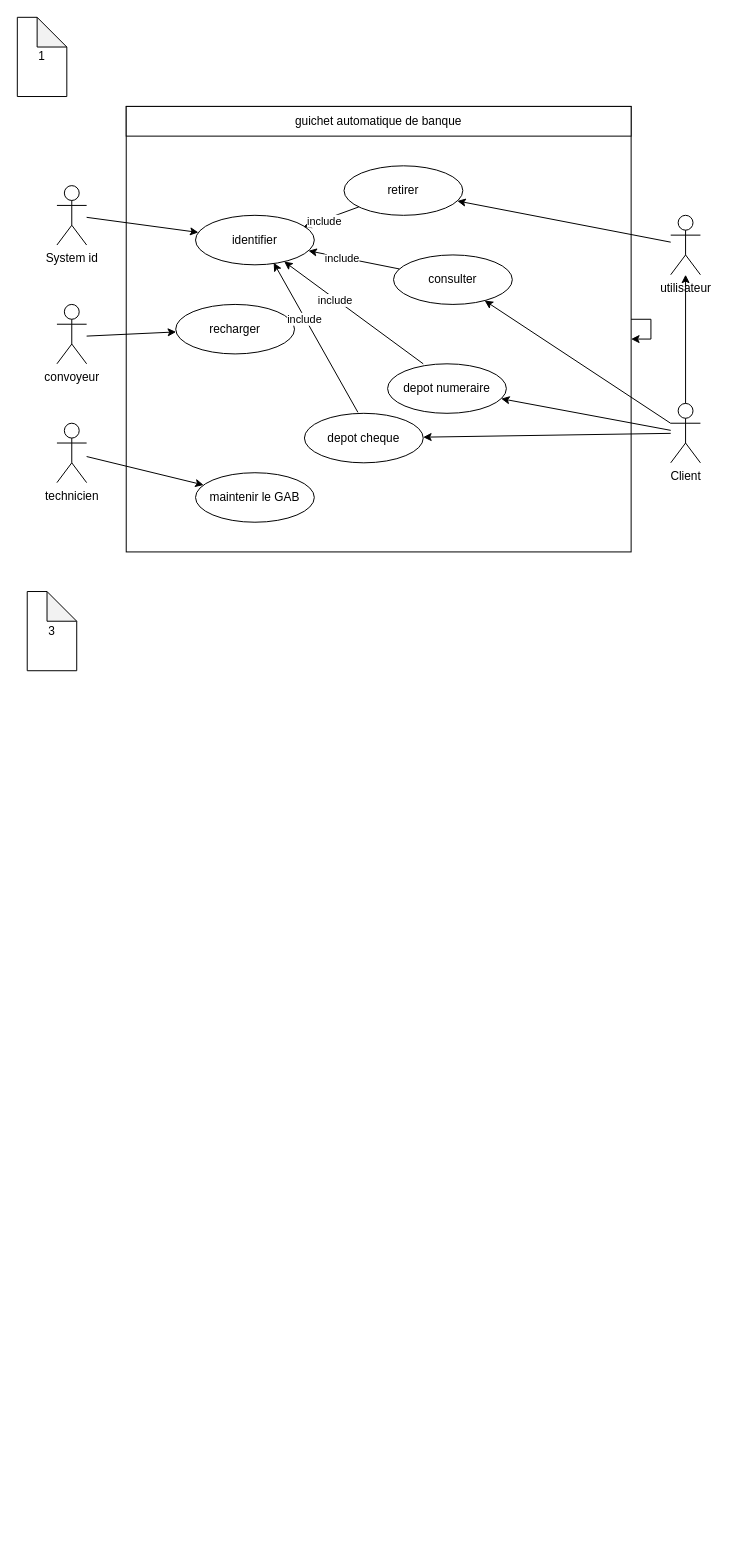
mathieudoucencn/TD-GELOG keeps this draw.io diagram as TD1.drawio. Above is the earlier version. Source tidied: cells renumbered, new cells numbered last; positions are measured from the earlier drawing's top-left corner, leaving out a move shared by most shapes. Both pictures are drawn from the tidied source at 99%, with x=0, y=0 at pixel (17, 17).
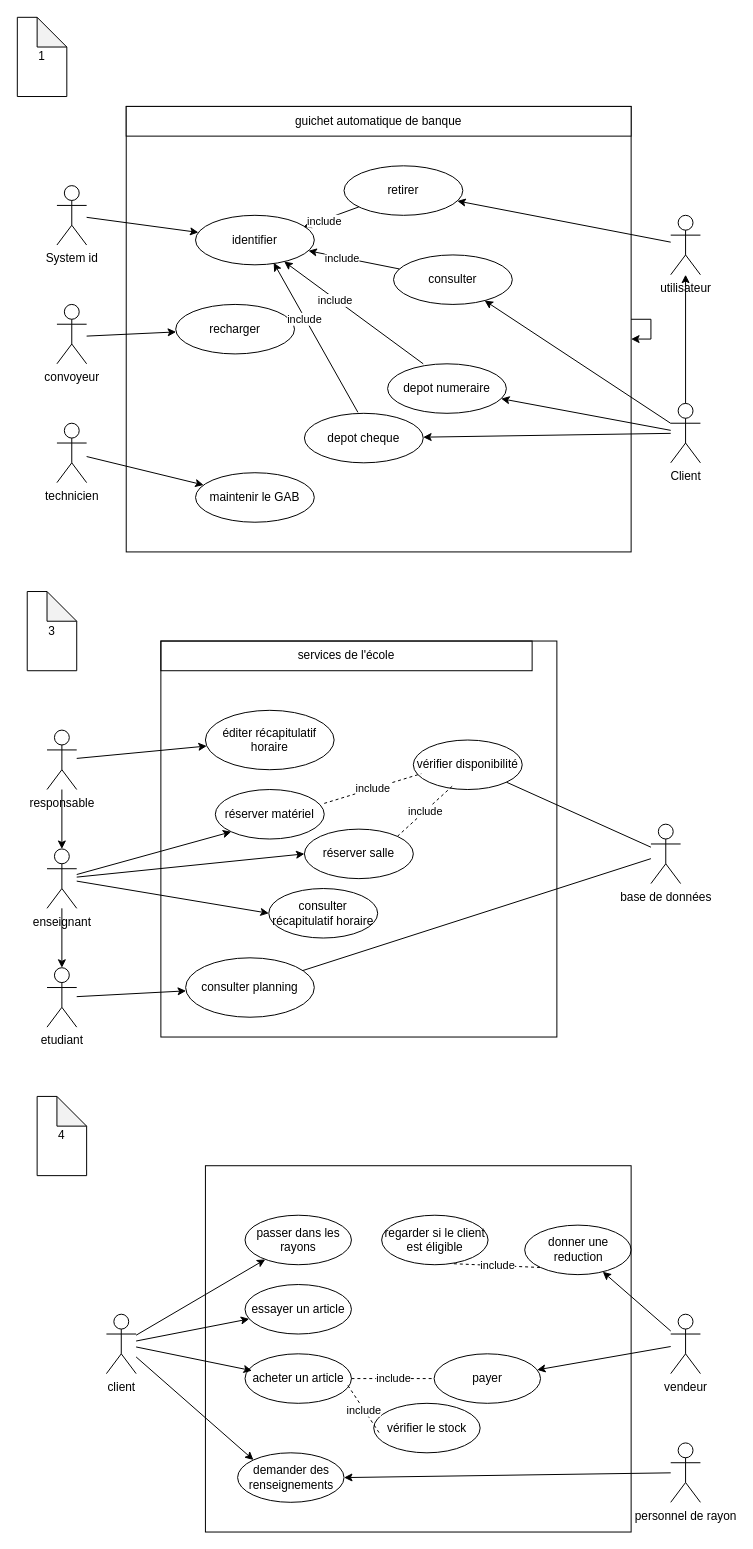
Above is the later version.

Commit message (it also covers changes not shown here):
Mettre à jour TD1.drawio

Diff of the diagram source:
```diff
@@
+    <mxCell id="35" value="responsable" style="shape=umlActor;verticalLabelPosition=bottom;verticalAlign=top;html=1;outlineConnect=0;" parent="1" vertex="1">
+      <mxGeometry x="30" y="720" width="30" height="60" as="geometry" />
+    </mxCell>
+    <mxCell id="36" value="enseignant" style="shape=umlActor;verticalLabelPosition=bottom;verticalAlign=top;html=1;outlineConnect=0;" parent="1" vertex="1">
+      <mxGeometry x="30" y="840" width="30" height="60" as="geometry" />
+    </mxCell>
+    <mxCell id="37" value="&lt;div&gt;etudiant&lt;/div&gt;" style="shape=umlActor;verticalLabelPosition=bottom;verticalAlign=top;html=1;outlineConnect=0;" parent="1" vertex="1">
+      <mxGeometry x="30" y="960" width="30" height="60" as="geometry" />
+    </mxCell>
+    <mxCell id="38" style="endArrow=classic;html=1;rounded=0;" parent="1" edge="1" source="35" target="36">
+      <mxGeometry relative="1" as="geometry" />
+    </mxCell>
+    <mxCell id="39" style="endArrow=classic;html=1;rounded=0;entryX=0.5;entryY=0;entryDx=0;entryDy=0;entryPerimeter=0;" parent="1" edge="1" source="36" target="37">
+      <mxGeometry relative="1" as="geometry">
+        <Array as="points">
+          <mxPoint x="45" y="930" />
+        </Array>
+      </mxGeometry>
+    </mxCell>
+    <mxCell id="40" value="consulter planning" style="ellipse;whiteSpace=wrap;html=1;" parent="1" vertex="1">
+      <mxGeometry x="170" y="950" width="130" height="60" as="geometry" />
+    </mxCell>
+    <mxCell id="41" value="consulter récapitulatif horaire" style="ellipse;whiteSpace=wrap;html=1;" parent="1" vertex="1">
+      <mxGeometry x="254" y="880" width="110" height="50" as="geometry" />
+    </mxCell>
+    <mxCell id="42" value="éditer récapitulatif horaire" style="ellipse;whiteSpace=wrap;html=1;" parent="1" vertex="1">
+      <mxGeometry x="190" y="700" width="130" height="60" as="geometry" />
+    </mxCell>
+    <mxCell id="43" value="réserver salle" style="ellipse;whiteSpace=wrap;html=1;" parent="1" vertex="1">
+      <mxGeometry x="290" y="820" width="110" height="50" as="geometry" />
+    </mxCell>
+    <mxCell id="44" value="réserver matériel" style="ellipse;whiteSpace=wrap;html=1;" parent="1" vertex="1">
+      <mxGeometry x="200" y="780" width="110" height="50" as="geometry" />
+    </mxCell>
+    <mxCell id="45" value="vérifier disponibilité" style="ellipse;whiteSpace=wrap;html=1;" parent="1" vertex="1">
+      <mxGeometry x="400" y="730" width="110" height="50" as="geometry" />
+    </mxCell>
+    <mxCell id="46" value="&lt;div&gt;base de données&lt;/div&gt;&lt;div&gt;&lt;br&gt;&lt;/div&gt;" style="shape=umlActor;verticalLabelPosition=bottom;verticalAlign=top;html=1;outlineConnect=0;" parent="1" vertex="1">
+      <mxGeometry x="640" y="815" width="30" height="60" as="geometry" />
+    </mxCell>
+    <mxCell id="47" style="endArrow=classic;html=1;rounded=0;entryX=0;entryY=1;entryDx=0;entryDy=0;" parent="1" edge="1" source="36" target="44">
+      <mxGeometry relative="1" as="geometry" />
+    </mxCell>
+    <mxCell id="48" style="endArrow=classic;html=1;rounded=0;entryX=0;entryY=0.5;entryDx=0;entryDy=0;" parent="1" edge="1" source="36" target="43">
+      <mxGeometry relative="1" as="geometry" />
+    </mxCell>
+    <mxCell id="49" style="endArrow=classic;html=1;rounded=0;" parent="1" edge="1" source="35" target="42">
+      <mxGeometry relative="1" as="geometry" />
+    </mxCell>
+    <mxCell id="50" style="endArrow=classic;html=1;rounded=0;entryX=0;entryY=0.5;entryDx=0;entryDy=0;" parent="1" edge="1" source="36" target="41">
+      <mxGeometry relative="1" as="geometry" />
+    </mxCell>
+    <mxCell id="51" value="include" style="endArrow=none;dashed=1;html=1;rounded=0;entryX=0.364;entryY=0.92;entryDx=0;entryDy=0;entryPerimeter=0;exitX=1;exitY=0;exitDx=0;exitDy=0;" parent="1" edge="1" source="43" target="45">
+      <mxGeometry relative="1" as="geometry" />
+    </mxCell>
+    <mxCell id="52" value="include" style="endArrow=none;dashed=1;html=1;rounded=0;entryX=0.073;entryY=0.68;entryDx=0;entryDy=0;entryPerimeter=0;exitX=1;exitY=0.28;exitDx=0;exitDy=0;exitPerimeter=0;" parent="1" edge="1" source="44" target="45">
+      <mxGeometry relative="1" as="geometry" />
+    </mxCell>
+    <mxCell id="53" style="endArrow=classic;html=1;rounded=0;" parent="1" edge="1" source="37" target="40">
+      <mxGeometry relative="1" as="geometry" />
+    </mxCell>
+    <mxCell id="54" style="endArrow=none;html=1;rounded=0;" parent="1" edge="1" source="46" target="45">
+      <mxGeometry relative="1" as="geometry" />
+    </mxCell>
+    <mxCell id="55" style="endArrow=none;html=1;rounded=0;" parent="1" edge="1" source="46" target="40">
+      <mxGeometry relative="1" as="geometry" />
+    </mxCell>
+    <mxCell id="56" style="whiteSpace=wrap;html=1;fillColor=none;" parent="1" vertex="1">
+      <mxGeometry x="145" y="630" width="400" height="400" as="geometry" />
+    </mxCell>
+    <mxCell id="57" value="services de l'école" style="rounded=0;whiteSpace=wrap;html=1;fillColor=none;" parent="1" vertex="1">
+      <mxGeometry x="145" y="630" width="375" height="30" as="geometry" />
+    </mxCell>
+    <mxCell id="58" value="4" style="shape=note;whiteSpace=wrap;html=1;backgroundOutline=1;darkOpacity=0.05;" parent="1" vertex="1">
+      <mxGeometry x="20" y="1090" width="50" height="80" as="geometry" />
+    </mxCell>
+    <mxCell id="59" value="client" style="shape=umlActor;verticalLabelPosition=bottom;verticalAlign=top;html=1;outlineConnect=0;" parent="1" vertex="1">
+      <mxGeometry x="90" y="1310" width="30" height="60" as="geometry" />
+    </mxCell>
+    <mxCell id="60" value="vendeur" style="shape=umlActor;verticalLabelPosition=bottom;verticalAlign=top;html=1;outlineConnect=0;" parent="1" vertex="1">
+      <mxGeometry x="660" y="1310" width="30" height="60" as="geometry" />
+    </mxCell>
+    <mxCell id="61" value="passer dans les rayons" style="ellipse;whiteSpace=wrap;html=1;" parent="1" vertex="1">
+      <mxGeometry x="230" y="1210" width="107.5" height="50" as="geometry" />
+    </mxCell>
+    <mxCell id="62" value="essayer un article" style="ellipse;whiteSpace=wrap;html=1;" parent="1" vertex="1">
+      <mxGeometry x="230" y="1280" width="107.5" height="50" as="geometry" />
+    </mxCell>
+    <mxCell id="63" value="&lt;div&gt;acheter un article&lt;/div&gt;" style="ellipse;whiteSpace=wrap;html=1;" parent="1" vertex="1">
+      <mxGeometry x="230" y="1350" width="107.5" height="50" as="geometry" />
+    </mxCell>
+    <mxCell id="64" value="payer" style="ellipse;whiteSpace=wrap;html=1;" parent="1" vertex="1">
+      <mxGeometry x="421" y="1350" width="107.5" height="50" as="geometry" />
+    </mxCell>
+    <mxCell id="65" value="demander des renseignements" style="ellipse;whiteSpace=wrap;html=1;" parent="1" vertex="1">
+      <mxGeometry x="222.5" y="1450" width="107.5" height="50" as="geometry" />
+    </mxCell>
+    <mxCell id="66" value="donner une reduction" style="ellipse;whiteSpace=wrap;html=1;" parent="1" vertex="1">
+      <mxGeometry x="512.5" y="1220" width="107.5" height="50" as="geometry" />
+    </mxCell>
+    <mxCell id="67" value="regarder si le client est éligible" style="ellipse;whiteSpace=wrap;html=1;" parent="1" vertex="1">
+      <mxGeometry x="368" y="1210" width="107.5" height="50" as="geometry" />
+    </mxCell>
+    <mxCell id="68" style="endArrow=classic;html=1;rounded=0;" parent="1" edge="1" source="59" target="61">
+      <mxGeometry relative="1" as="geometry" />
+    </mxCell>
+    <mxCell id="69" style="endArrow=classic;html=1;rounded=0;" parent="1" edge="1" source="59" target="62">
+      <mxGeometry relative="1" as="geometry" />
+    </mxCell>
+    <mxCell id="70" style="endArrow=classic;html=1;rounded=0;entryX=0.065;entryY=0.34;entryDx=0;entryDy=0;entryPerimeter=0;" parent="1" edge="1" source="59" target="63">
+      <mxGeometry relative="1" as="geometry" />
+    </mxCell>
+    <mxCell id="71" style="endArrow=classic;html=1;rounded=0;entryX=0;entryY=0;entryDx=0;entryDy=0;" parent="1" edge="1" source="59" target="65">
+      <mxGeometry relative="1" as="geometry" />
+    </mxCell>
+    <mxCell id="72" style="endArrow=classic;html=1;rounded=0;" parent="1" edge="1" source="60" target="66">
+      <mxGeometry relative="1" as="geometry" />
+    </mxCell>
+    <mxCell id="73" style="endArrow=classic;html=1;rounded=0;" parent="1" edge="1" source="60" target="64">
+      <mxGeometry relative="1" as="geometry" />
+    </mxCell>
+    <mxCell id="74" value="personnel de rayon" style="shape=umlActor;verticalLabelPosition=bottom;verticalAlign=top;html=1;outlineConnect=0;" parent="1" vertex="1">
+      <mxGeometry x="660" y="1440" width="30" height="60" as="geometry" />
+    </mxCell>
+    <mxCell id="75" style="endArrow=classic;html=1;rounded=0;entryX=1;entryY=0.5;entryDx=0;entryDy=0;" parent="1" edge="1" source="74" target="65">
+      <mxGeometry relative="1" as="geometry" />
+    </mxCell>
+    <mxCell id="76" value="include" style="endArrow=none;dashed=1;html=1;rounded=0;exitX=1;exitY=0.5;exitDx=0;exitDy=0;" parent="1" edge="1" source="63" target="64">
+      <mxGeometry relative="1" as="geometry" />
+    </mxCell>
+    <mxCell id="77" value="include" style="endArrow=none;dashed=1;html=1;rounded=0;entryX=0;entryY=1;entryDx=0;entryDy=0;exitX=0.679;exitY=0.98;exitDx=0;exitDy=0;exitPerimeter=0;" parent="1" edge="1" source="67" target="66">
+      <mxGeometry relative="1" as="geometry" />
+    </mxCell>
+    <mxCell id="78" style="rounded=0;whiteSpace=wrap;html=1;fillColor=none;" parent="1" vertex="1">
+      <mxGeometry x="190" y="1160" width="430" height="370" as="geometry" />
+    </mxCell>
+    <mxCell id="79" style="edgeStyle=orthogonalEdgeStyle;rounded=0;jettySize=auto;html=1;strokeColor=none;" parent="1" edge="1" source="81" target="65">
+      <mxGeometry relative="1" as="geometry" />
+    </mxCell>
+    <mxCell id="80" style="edgeStyle=orthogonalEdgeStyle;rounded=0;jettySize=auto;html=1;strokeColor=none;" parent="1" edge="1" source="81" target="65">
+      <mxGeometry relative="1" as="geometry" />
+    </mxCell>
+    <mxCell id="81" value="vérifier le stock" style="ellipse;whiteSpace=wrap;html=1;" parent="1" vertex="1">
+      <mxGeometry x="360" y="1400" width="107.5" height="50" as="geometry" />
+    </mxCell>
+    <mxCell id="82" value="include" style="endArrow=none;dashed=1;html=1;rounded=0;exitX=0.967;exitY=0.64;exitDx=0;exitDy=0;exitPerimeter=0;entryX=0.065;entryY=0.64;entryDx=0;entryDy=0;entryPerimeter=0;" parent="1" edge="1" source="63" target="81">
+      <mxGeometry relative="1" as="geometry" />
+    </mxCell>
```
